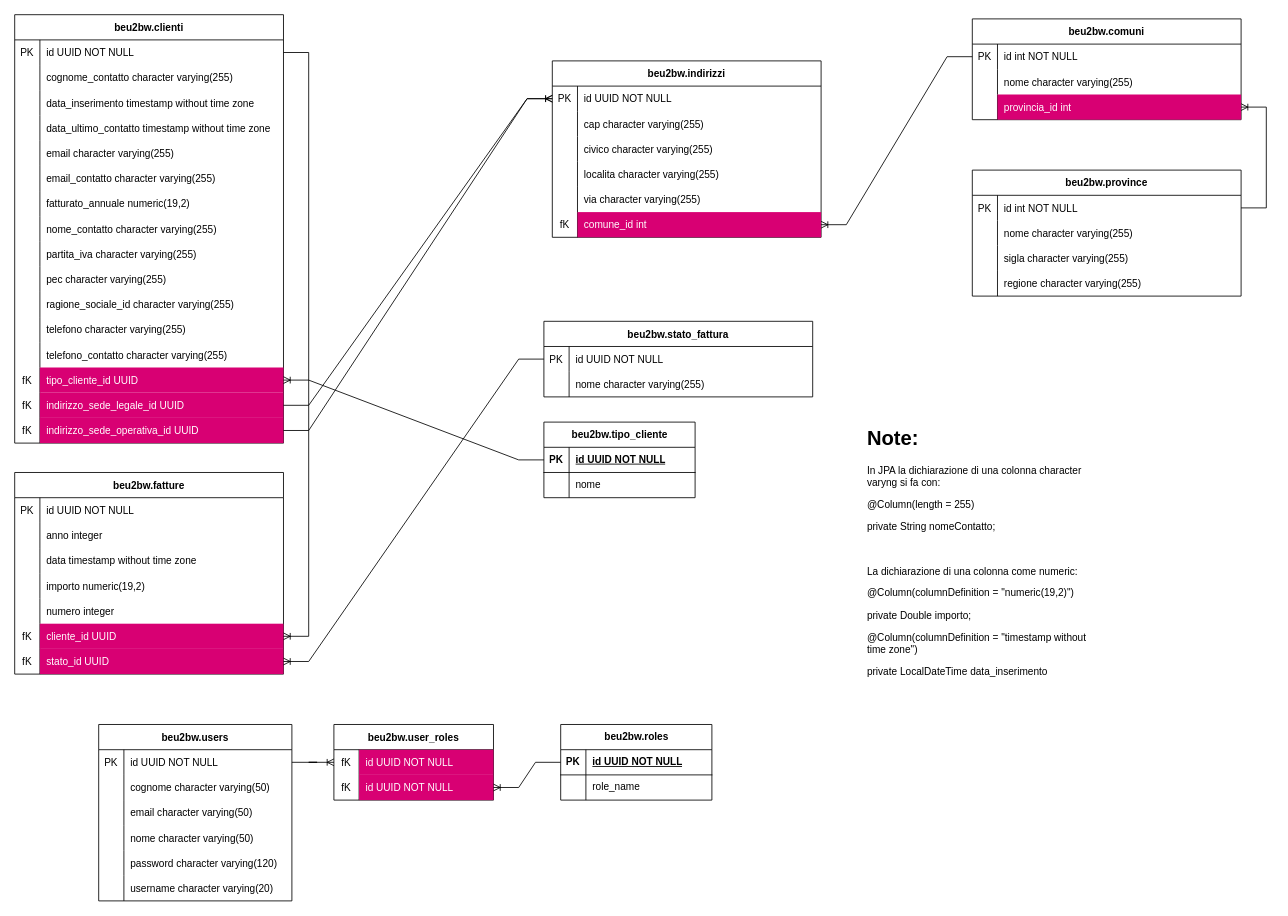
12kpro/BE-U2-BW keeps this draw.io diagram as Diagram.drawio. Above is the earlier version. Source tidied: cells renumbered, new cells numbered last; positions are measured from the earlier drawing's top-left corner, leaving out a move shared by most shapes. Both pictures are drawn from the tidied source at 84%, with x=0, y=0 at pixel (14, 14).
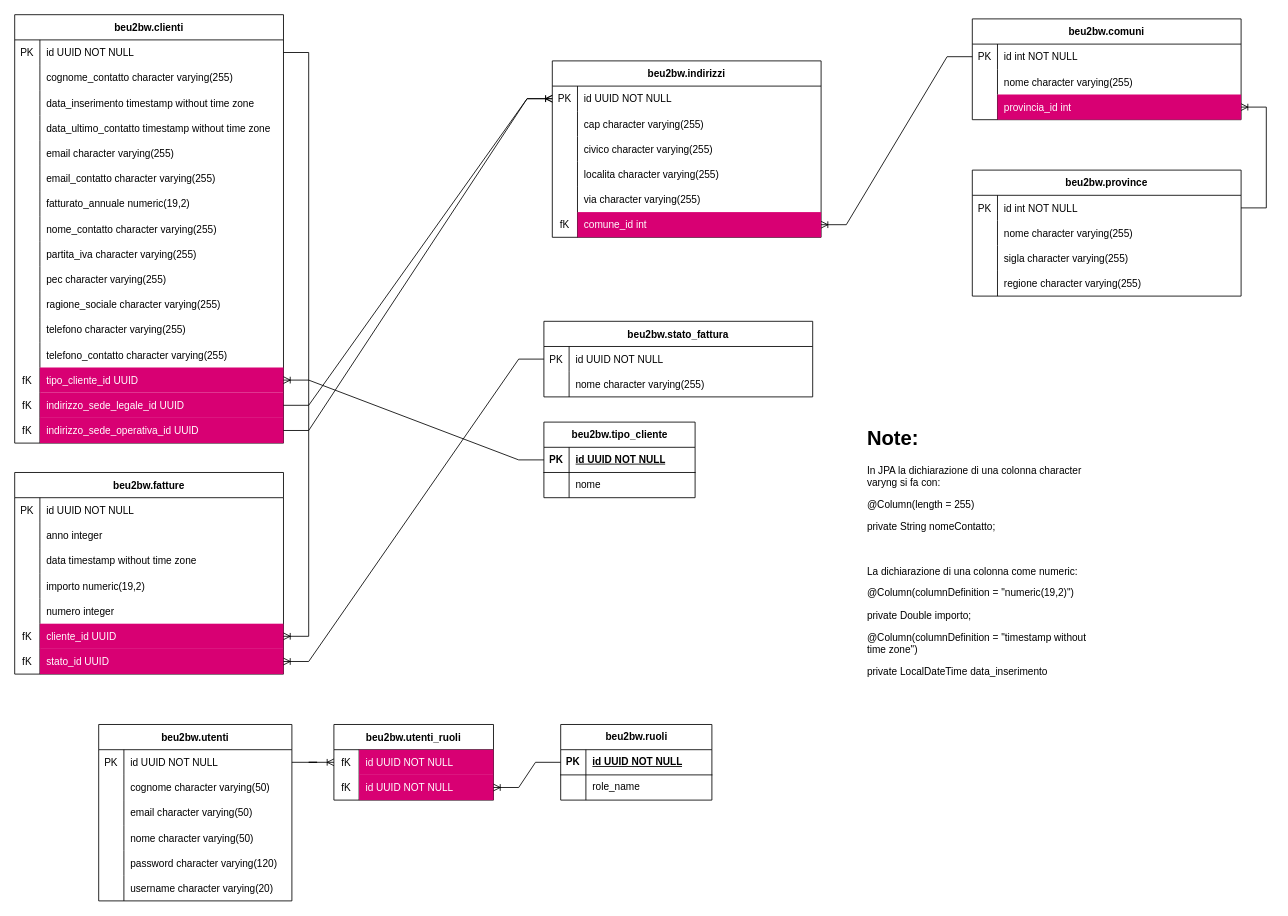
Above is the later version.

Unchanged cells that the change refers to:
```xml
<mxCell id="33" style="shape=tableRow;horizontal=0;startSize=0;swimlaneHead=0;swimlaneBody=0;fillColor=none;strokeColor=inherit;top=0;left=0;right=0;bottom=0;" parent="2" vertex="1">
  <mxGeometry y="330" width="320" height="30" as="geometry" />
</mxCell>
```

The edit, as a diff of the source:
```diff
@@
-    <mxCell id="35" value="ragione_sociale_id character varying(255)" style="shape=partialRectangle;overflow=hidden;fillColor=none;align=left;strokeColor=inherit;top=0;left=0;bottom=0;right=0;spacingLeft=6;" parent="33" vertex="1">
+    <mxCell id="35" value="ragione_sociale character varying(255)" style="shape=partialRectangle;overflow=hidden;fillColor=none;align=left;strokeColor=inherit;top=0;left=0;bottom=0;right=0;spacingLeft=6;" parent="33" vertex="1">
       <mxGeometry x="30" width="290" height="30" as="geometry" />
     </mxCell>
@@
-    <mxCell id="122" value="beu2bw.user_roles" style="shape=table;startSize=30;childLayout=tableLayout;rowLines=0;fontStyle=1;align=center;" parent="1" vertex="1">
+    <mxCell id="122" value="beu2bw.utenti_ruoli" style="shape=table;startSize=30;childLayout=tableLayout;rowLines=0;fontStyle=1;align=center;" parent="1" vertex="1">
       <mxGeometry x="380" y="845" width="190" height="90" as="geometry" />
     </mxCell>
@@
-    <mxCell id="129" value="beu2bw.users" style="shape=table;startSize=30;childLayout=tableLayout;rowLines=0;fontStyle=1;align=center;" parent="1" vertex="1">
+    <mxCell id="129" value="beu2bw.utenti" style="shape=table;startSize=30;childLayout=tableLayout;rowLines=0;fontStyle=1;align=center;" parent="1" vertex="1">
       <mxGeometry x="100" y="845" width="230" height="210" as="geometry" />
     </mxCell>
@@
-    <mxCell id="149" value="beu2bw.roles" style="shape=table;startSize=30;childLayout=tableLayout;rowLines=0;fontStyle=1;align=center;html=1;" parent="1" vertex="1">
+    <mxCell id="149" value="beu2bw.ruoli" style="shape=table;startSize=30;childLayout=tableLayout;rowLines=0;fontStyle=1;align=center;html=1;" parent="1" vertex="1">
       <mxGeometry x="650" y="845" width="180" height="90" as="geometry" />
     </mxCell>
```
